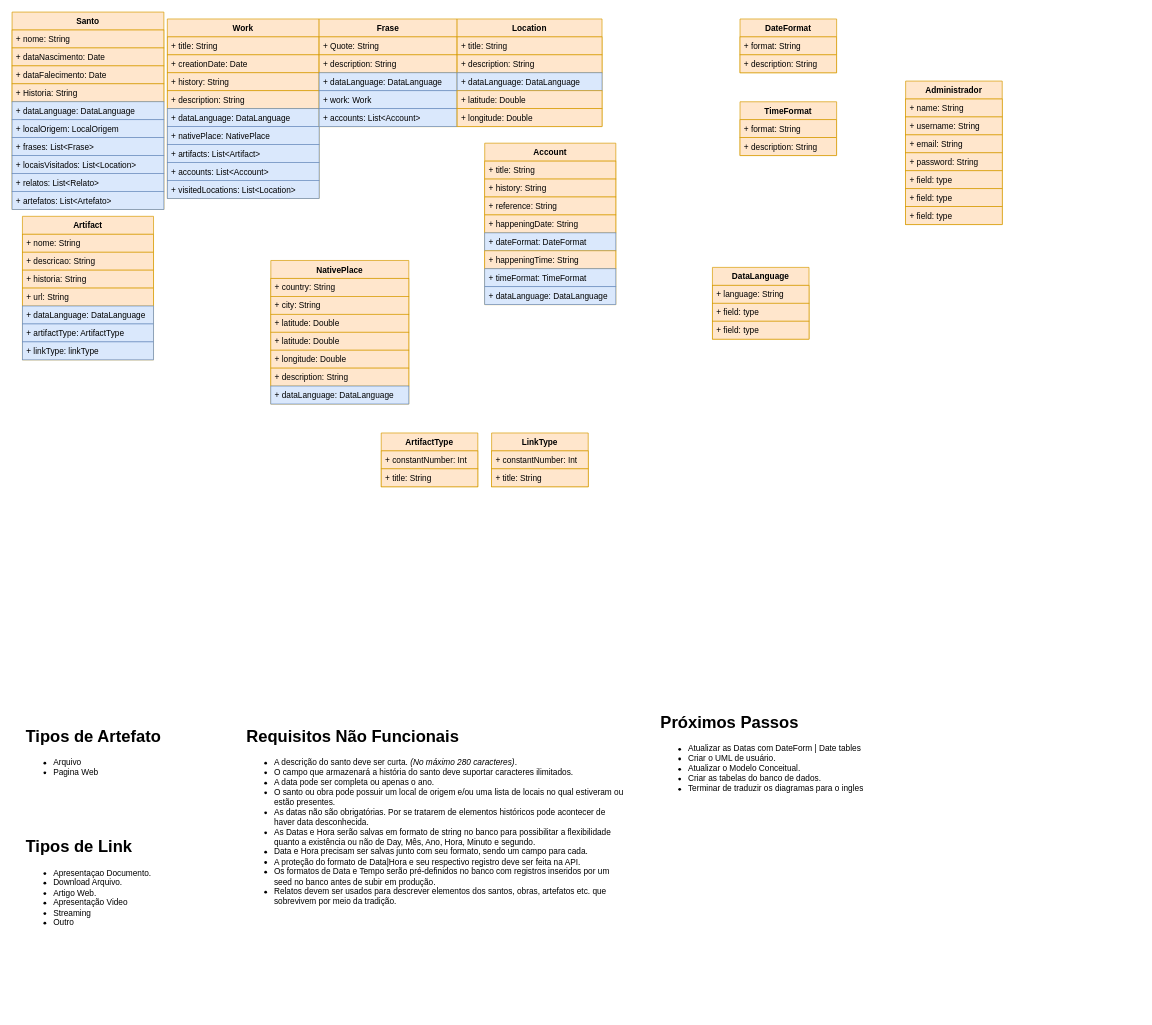
Earlier version of the draw.io diagram page "ClassDiagram" (2 of 2) of Documentation/Untitled Diagram.drawio (the-catholics/Saints-API). Source tidied: cells renumbered, new cells numbered last; positions are measured from the earlier drawing's top-left corner, leaving out a move shared by most shapes. Both pictures are drawn from the tidied source at 69%, with x=0, y=0 at pixel (12, 12).
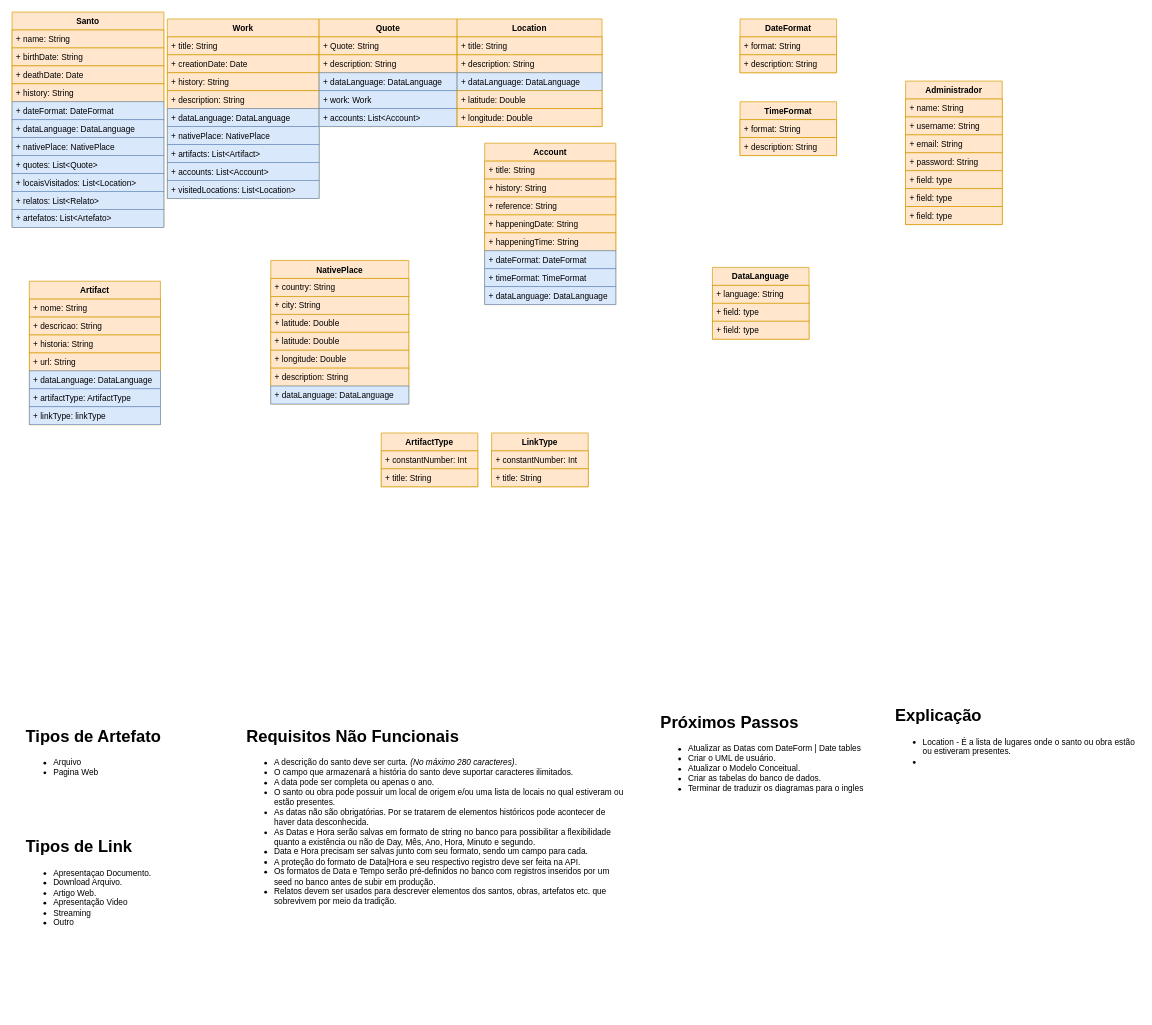
The same diagram, later.

The change refers to these unchanged cells:
```xml
<mxCell id="38" value="Account" style="swimlane;fontStyle=1;horizontal=1;startSize=26;fillColor=#ffe6cc;strokeColor=#d79b00;" parent="1" vertex="1">
  <mxGeometry x="685" y="190" width="190" height="234" as="geometry" />
</mxCell>
```

Diff of the diagram source:
```diff
@@
     <mxCell id="12" value="Santo" style="swimlane;fontStyle=1;horizontal=1;startSize=26;fillColor=#ffe6cc;strokeColor=#d79b00;" parent="1" vertex="1">
-      <mxGeometry width="220" height="286" as="geometry" />
+      <mxGeometry width="220" height="312" as="geometry" />
     </mxCell>
-    <mxCell id="13" value="+ nome: String" style="text;strokeColor=#d79b00;fillColor=#ffe6cc;align=left;verticalAlign=top;spacingLeft=4;spacingRight=4;overflow=hidden;" parent="12" vertex="1">
+    <mxCell id="13" value="+ name: String" style="text;strokeColor=#d79b00;fillColor=#ffe6cc;align=left;verticalAlign=top;spacingLeft=4;spacingRight=4;overflow=hidden;" parent="12" vertex="1">
       <mxGeometry y="26" width="220" height="26" as="geometry" />
     </mxCell>
-    <mxCell id="14" value="+ dataNascimento: Date" style="text;strokeColor=#d79b00;fillColor=#ffe6cc;align=left;verticalAlign=top;spacingLeft=4;spacingRight=4;overflow=hidden;" parent="12" vertex="1">
+    <mxCell id="14" value="+ birthDate: String" style="text;strokeColor=#d79b00;fillColor=#ffe6cc;align=left;verticalAlign=top;spacingLeft=4;spacingRight=4;overflow=hidden;" parent="12" vertex="1">
       <mxGeometry y="52" width="220" height="26" as="geometry" />
     </mxCell>
-    <mxCell id="15" value="+ dataFalecimento: Date" style="text;strokeColor=#d79b00;fillColor=#ffe6cc;align=left;verticalAlign=top;spacingLeft=4;spacingRight=4;overflow=hidden;" parent="12" vertex="1">
+    <mxCell id="15" value="+ deathDate: Date" style="text;strokeColor=#d79b00;fillColor=#ffe6cc;align=left;verticalAlign=top;spacingLeft=4;spacingRight=4;overflow=hidden;" parent="12" vertex="1">
       <mxGeometry y="78" width="220" height="26" as="geometry" />
     </mxCell>
-    <mxCell id="16" value="+ Historia: String" style="text;strokeColor=#d79b00;fillColor=#ffe6cc;align=left;verticalAlign=top;spacingLeft=4;spacingRight=4;overflow=hidden;" parent="12" vertex="1">
+    <mxCell id="16" value="+ history: String" style="text;strokeColor=#d79b00;fillColor=#ffe6cc;align=left;verticalAlign=top;spacingLeft=4;spacingRight=4;overflow=hidden;" parent="12" vertex="1">
       <mxGeometry y="104" width="220" height="26" as="geometry" />
     </mxCell>
+    <mxCell id="88" value="+ dateFormat: DateFormat" style="text;strokeColor=#6c8ebf;fillColor=#dae8fc;align=left;verticalAlign=top;spacingLeft=4;spacingRight=4;overflow=hidden;" parent="12" vertex="1">
+      <mxGeometry y="130" width="220" height="26" as="geometry" />
+    </mxCell>
     <mxCell id="17" value="+ dataLanguage: DataLanguage" style="text;strokeColor=#6c8ebf;fillColor=#dae8fc;align=left;verticalAlign=top;spacingLeft=4;spacingRight=4;overflow=hidden;" parent="12" vertex="1">
-      <mxGeometry y="130" width="220" height="26" as="geometry" />
+      <mxGeometry y="156" width="220" height="26" as="geometry" />
     </mxCell>
-    <mxCell id="18" value="+ localOrigem: LocalOrigem" style="text;strokeColor=#6c8ebf;fillColor=#dae8fc;align=left;verticalAlign=top;spacingLeft=4;spacingRight=4;overflow=hidden;" parent="12" vertex="1">
-      <mxGeometry y="156" width="220" height="26" as="geometry" />
+    <mxCell id="18" value="+ nativePlace: NativePlace" style="text;strokeColor=#6c8ebf;fillColor=#dae8fc;align=left;verticalAlign=top;spacingLeft=4;spacingRight=4;overflow=hidden;" parent="12" vertex="1">
+      <mxGeometry y="182" width="220" height="26" as="geometry" />
     </mxCell>
-    <mxCell id="19" value="+ frases: List&lt;Frase&gt;" style="text;strokeColor=#6c8ebf;fillColor=#dae8fc;align=left;verticalAlign=top;spacingLeft=4;spacingRight=4;overflow=hidden;" parent="12" vertex="1">
-      <mxGeometry y="182" width="220" height="26" as="geometry" />
+    <mxCell id="19" value="+ quotes: List&lt;Quote&gt;" style="text;strokeColor=#6c8ebf;fillColor=#dae8fc;align=left;verticalAlign=top;spacingLeft=4;spacingRight=4;overflow=hidden;" parent="12" vertex="1">
+      <mxGeometry y="208" width="220" height="26" as="geometry" />
     </mxCell>
     <mxCell id="20" value="+ locaisVisitados: List&lt;Location&gt;" style="text;strokeColor=#6c8ebf;fillColor=#dae8fc;align=left;verticalAlign=top;spacingLeft=4;spacingRight=4;overflow=hidden;" parent="12" vertex="1">
-      <mxGeometry y="208" width="220" height="26" as="geometry" />
+      <mxGeometry y="234" width="220" height="26" as="geometry" />
     </mxCell>
     <mxCell id="21" value="+ relatos: List&lt;Relato&gt;" style="text;strokeColor=#6c8ebf;fillColor=#dae8fc;align=left;verticalAlign=top;spacingLeft=4;spacingRight=4;overflow=hidden;" parent="12" vertex="1">
-      <mxGeometry y="234" width="220" height="26" as="geometry" />
+      <mxGeometry y="260" width="220" height="26" as="geometry" />
     </mxCell>
     <mxCell id="22" value="+ artefatos: List&lt;Artefato&gt;" style="text;strokeColor=#6c8ebf;fillColor=#dae8fc;align=left;verticalAlign=top;spacingLeft=4;spacingRight=4;overflow=hidden;" parent="12" vertex="1">
-      <mxGeometry y="260" width="220" height="26" as="geometry" />
+      <mxGeometry y="286" width="220" height="26" as="geometry" />
     </mxCell>
-    <mxCell id="23" value="Frase" style="swimlane;fontStyle=1;horizontal=1;startSize=26;fillColor=#ffe6cc;strokeColor=#d79b00;" parent="1" vertex="1">
+    <mxCell id="23" value="Quote" style="swimlane;fontStyle=1;horizontal=1;startSize=26;fillColor=#ffe6cc;strokeColor=#d79b00;" parent="1" vertex="1">
       <mxGeometry x="445" y="10" width="200" height="156" as="geometry" />
     </mxCell>
@@
+    <mxCell id="44" value="+ happeningTime: String" style="text;strokeColor=#d79b00;fillColor=#ffe6cc;align=left;verticalAlign=top;spacingLeft=4;spacingRight=4;overflow=hidden;" parent="38" vertex="1">
+      <mxGeometry y="130" width="190" height="26" as="geometry" />
+    </mxCell>
     <mxCell id="43" value="+ dateFormat: DateFormat" style="text;strokeColor=#6c8ebf;fillColor=#dae8fc;align=left;verticalAlign=top;spacingLeft=4;spacingRight=4;overflow=hidden;" parent="38" vertex="1">
-      <mxGeometry y="130" width="190" height="26" as="geometry" />
+      <mxGeometry y="156" width="190" height="26" as="geometry" />
     </mxCell>
-    <mxCell id="44" value="+ happeningTime: String" style="text;strokeColor=#d79b00;fillColor=#ffe6cc;align=left;verticalAlign=top;spacingLeft=4;spacingRight=4;overflow=hidden;" parent="38" vertex="1">
-      <mxGeometry y="156" width="190" height="26" as="geometry" />
-    </mxCell>
@@
     <mxCell id="53" value="Artifact" style="swimlane;fontStyle=1;horizontal=1;startSize=26;fillColor=#ffe6cc;strokeColor=#d79b00;" parent="1" vertex="1">
-      <mxGeometry x="15" y="296" width="190" height="208" as="geometry" />
+      <mxGeometry x="25" y="390" width="190" height="208" as="geometry" />
     </mxCell>
@@
     <mxCell id="79" value="&lt;h1&gt;Próximos Passos&lt;/h1&gt;&lt;p&gt;&lt;/p&gt;&lt;ul&gt;&lt;li&gt;Atualizar as Datas com DateForm | Date tables&lt;/li&gt;&lt;li&gt;Criar o UML de usuário.&lt;/li&gt;&lt;li&gt;Atualizar o Modelo Conceitual.&lt;/li&gt;&lt;li&gt;Criar as tabelas do banco de dados.&lt;/li&gt;&lt;li&gt;Terminar de traduzir os diagramas para o ingles&lt;/li&gt;&lt;/ul&gt;&lt;p&gt;&lt;/p&gt;" style="text;html=1;strokeColor=none;fillColor=none;spacing=5;spacingTop=-20;whiteSpace=wrap;overflow=hidden;rounded=0;" parent="1" vertex="1">
-      <mxGeometry x="935" y="1010" width="560" height="420" as="geometry" />
+      <mxGeometry x="935" y="1010" width="360" height="420" as="geometry" />
     </mxCell>
@@
+    <mxCell id="89" value="&lt;h1&gt;Explicação&lt;/h1&gt;&lt;p&gt;&lt;/p&gt;&lt;ul&gt;&lt;li&gt;Location - É a lista de lugares onde o santo ou obra estão ou estiveram presentes.&lt;/li&gt;&lt;li&gt;&lt;br&gt;&lt;/li&gt;&lt;/ul&gt;&lt;p&gt;&lt;/p&gt;" style="text;html=1;strokeColor=none;fillColor=none;spacing=5;spacingTop=-20;whiteSpace=wrap;overflow=hidden;rounded=0;" parent="1" vertex="1">
+      <mxGeometry x="1275" y="1000" width="360" height="420" as="geometry" />
+    </mxCell>
```
